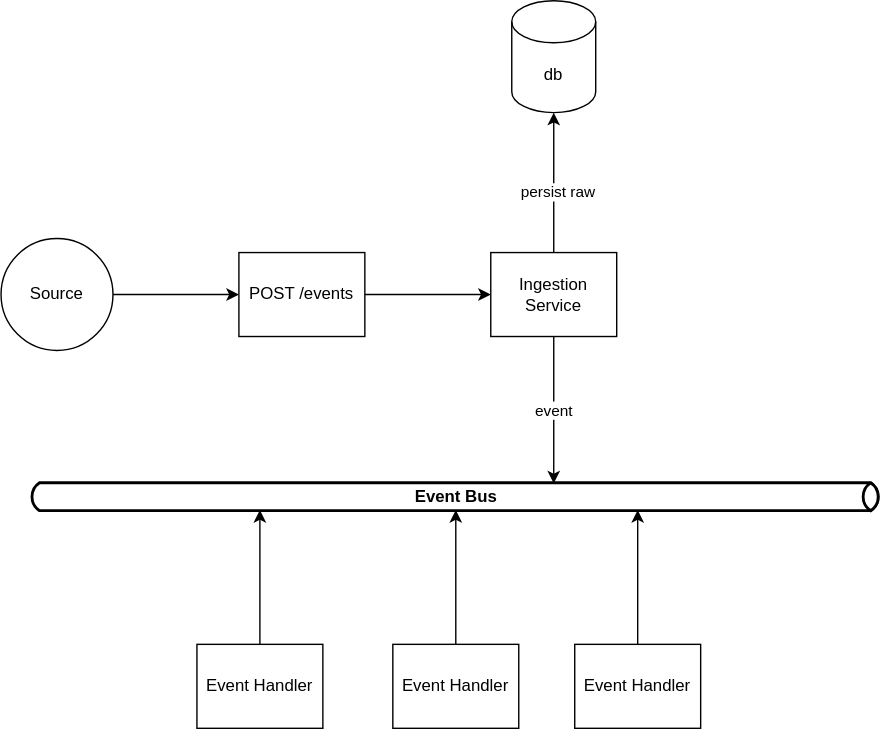
Earlier version of the draw.io export services/backend/docs/event-lifecycle.drawio.svg (kencopas/PortfolioApp). Source tidied: cells renumbered, new cells last; positions are measured from the earlier drawing's top-left corner, leaving out a move shared by most shapes.
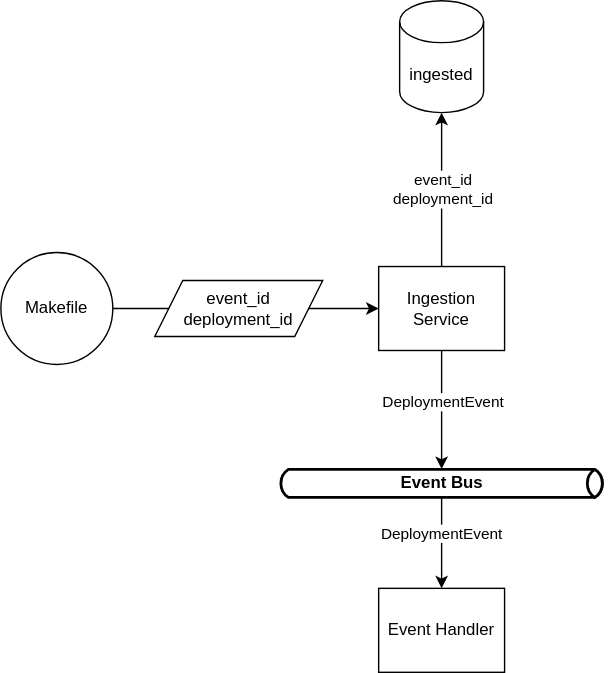
The same file after the commit.

Diff of the diagram source:
```diff
@@ -2,62 +2,47 @@
   <root>
     <mxCell id="0" />
     <mxCell id="1" parent="0" />
-    <mxCell id="2" style="edgeStyle=orthogonalEdgeStyle;rounded=0;jettySize=auto;html=1;" parent="1" edge="1" source="3" target="9">
-      <mxGeometry relative="1" as="geometry" />
-    </mxCell>
-    <mxCell id="3" value="POST /events" style="rounded=0;whiteSpace=wrap;html=1;" parent="1" vertex="1">
-      <mxGeometry x="170" y="180" width="90" height="60" as="geometry" />
-    </mxCell>
-    <mxCell id="4" style="edgeStyle=orthogonalEdgeStyle;rounded=0;jettySize=auto;html=1;" parent="1" edge="1" source="5" target="3">
+    <mxCell id="4" style="edgeStyle=orthogonalEdgeStyle;rounded=0;jettySize=auto;html=1;entryX=0;entryY=0.5;entryDx=0;entryDy=0;endArrow=none;endFill=0;" parent="1" edge="1" source="5" target="23">
       <mxGeometry relative="1" as="geometry" />
     </mxCell>
-    <mxCell id="5" value="Source" style="ellipse;whiteSpace=wrap;html=1;" parent="1" vertex="1">
-      <mxGeometry y="170" width="80" height="80" as="geometry" />
+    <mxCell id="5" value="Makefile" style="ellipse;whiteSpace=wrap;html=1;" parent="1" vertex="1">
+      <mxGeometry x="-70" y="140" width="80" height="80" as="geometry" />
     </mxCell>
     <mxCell id="6" style="edgeStyle=orthogonalEdgeStyle;rounded=0;jettySize=auto;html=1;" parent="1" edge="1" source="9" target="10">
       <mxGeometry relative="1" as="geometry" />
     </mxCell>
-    <mxCell id="7" value="persist raw" style="edgeLabel;html=1;align=center;verticalAlign=middle;" parent="6" vertex="1">
-      <mxGeometry x="-0.12" y="-2" relative="1" as="geometry" />
-    </mxCell>
+    <mxCell id="18" value="event_id&lt;div&gt;deployment_id&lt;/div&gt;" style="edgeLabel;html=1;align=center;verticalAlign=middle;" parent="6" vertex="1">
+      <mxGeometry x="0.01" y="-1" relative="1" as="geometry" />
+    </mxCell>
-    <mxCell id="8" value="event" style="edgeStyle=orthogonalEdgeStyle;rounded=0;jettySize=auto;html=1;" parent="1" edge="1" source="9" target="11">
-      <mxGeometry relative="1" as="geometry">
-        <Array as="points">
-          <mxPoint x="395" y="310" />
-          <mxPoint x="395" y="310" />
-        </Array>
-      </mxGeometry>
+    <mxCell id="8" style="edgeStyle=orthogonalEdgeStyle;rounded=0;jettySize=auto;html=1;" parent="1" edge="1" source="9" target="11">
+      <mxGeometry relative="1" as="geometry" />
     </mxCell>
+    <mxCell id="19" value="DeploymentEvent" style="edgeLabel;html=1;align=center;verticalAlign=middle;" parent="8" vertex="1">
+      <mxGeometry x="-0.12" y="1" relative="1" as="geometry" />
+    </mxCell>
     <mxCell id="9" value="Ingestion Service" style="rounded=0;whiteSpace=wrap;html=1;" parent="1" vertex="1">
-      <mxGeometry x="350" y="180" width="90" height="60" as="geometry" />
+      <mxGeometry x="200" y="150" width="90" height="60" as="geometry" />
     </mxCell>
-    <mxCell id="10" value="db" style="shape=cylinder3;whiteSpace=wrap;html=1;boundedLbl=1;backgroundOutline=1;size=15;" parent="1" vertex="1">
-      <mxGeometry x="365" width="60" height="80" as="geometry" />
+    <mxCell id="10" value="ingested" style="shape=cylinder3;whiteSpace=wrap;html=1;boundedLbl=1;backgroundOutline=1;size=15;" parent="1" vertex="1">
+      <mxGeometry x="215" y="-40" width="60" height="80" as="geometry" />
     </mxCell>
+    <mxCell id="20" style="edgeStyle=orthogonalEdgeStyle;rounded=0;jettySize=auto;html=1;" parent="1" edge="1" source="11" target="17">
+      <mxGeometry relative="1" as="geometry" />
+    </mxCell>
+    <mxCell id="21" value="DeploymentEvent" style="edgeLabel;html=1;align=center;verticalAlign=middle;" parent="20" vertex="1">
+      <mxGeometry x="-0.2" relative="1" as="geometry" />
+    </mxCell>
     <mxCell id="11" value="&lt;b&gt;Event Bus&lt;/b&gt;" style="html=1;outlineConnect=0;gradientDirection=north;strokeWidth=2;shape=mxgraph.networks.bus;gradientColor=none;gradientDirection=north;perimeter=backbonePerimeter;backboneSize=20;" parent="1" vertex="1">
-      <mxGeometry x="20" y="330" width="610" height="50" as="geometry" />
+      <mxGeometry x="127.5" y="280" width="235" height="50" as="geometry" />
     </mxCell>
-    <mxCell id="12" style="edgeStyle=orthogonalEdgeStyle;rounded=0;jettySize=auto;html=1;" parent="1" edge="1" source="13" target="11">
-      <mxGeometry relative="1" as="geometry" />
-    </mxCell>
-    <mxCell id="13" value="Event Handler" style="rounded=0;whiteSpace=wrap;html=1;" parent="1" vertex="1">
-      <mxGeometry x="280" y="460" width="90" height="60" as="geometry" />
-    </mxCell>
-    <mxCell id="14" style="edgeStyle=orthogonalEdgeStyle;rounded=0;jettySize=auto;html=1;" parent="1" edge="1" source="15">
-      <mxGeometry relative="1" as="geometry">
-        <mxPoint x="455" y="364" as="targetPoint" />
-      </mxGeometry>
-    </mxCell>
-    <mxCell id="15" value="Event Handler" style="rounded=0;whiteSpace=wrap;html=1;" parent="1" vertex="1">
-      <mxGeometry x="410" y="460" width="90" height="60" as="geometry" />
-    </mxCell>
-    <mxCell id="16" style="edgeStyle=orthogonalEdgeStyle;rounded=0;jettySize=auto;html=1;" parent="1" edge="1" source="17">
-      <mxGeometry relative="1" as="geometry">
-        <mxPoint x="185" y="364" as="targetPoint" />
-      </mxGeometry>
-    </mxCell>
     <mxCell id="17" value="Event Handler" style="rounded=0;whiteSpace=wrap;html=1;" parent="1" vertex="1">
-      <mxGeometry x="140" y="460" width="90" height="60" as="geometry" />
+      <mxGeometry x="200" y="380" width="90" height="60" as="geometry" />
     </mxCell>
+    <mxCell id="22" style="edgeStyle=orthogonalEdgeStyle;rounded=0;jettySize=auto;html=1;" parent="1" edge="1" source="23" target="9">
+      <mxGeometry relative="1" as="geometry" />
+    </mxCell>
+    <mxCell id="23" value="event_id&lt;div&gt;deployment_id&lt;/div&gt;" style="shape=parallelogram;perimeter=parallelogramPerimeter;whiteSpace=wrap;html=1;fixedSize=1;" parent="1" vertex="1">
+      <mxGeometry x="40" y="160" width="120" height="40" as="geometry" />
+    </mxCell>
   </root>
 </mxGraphModel>
```
